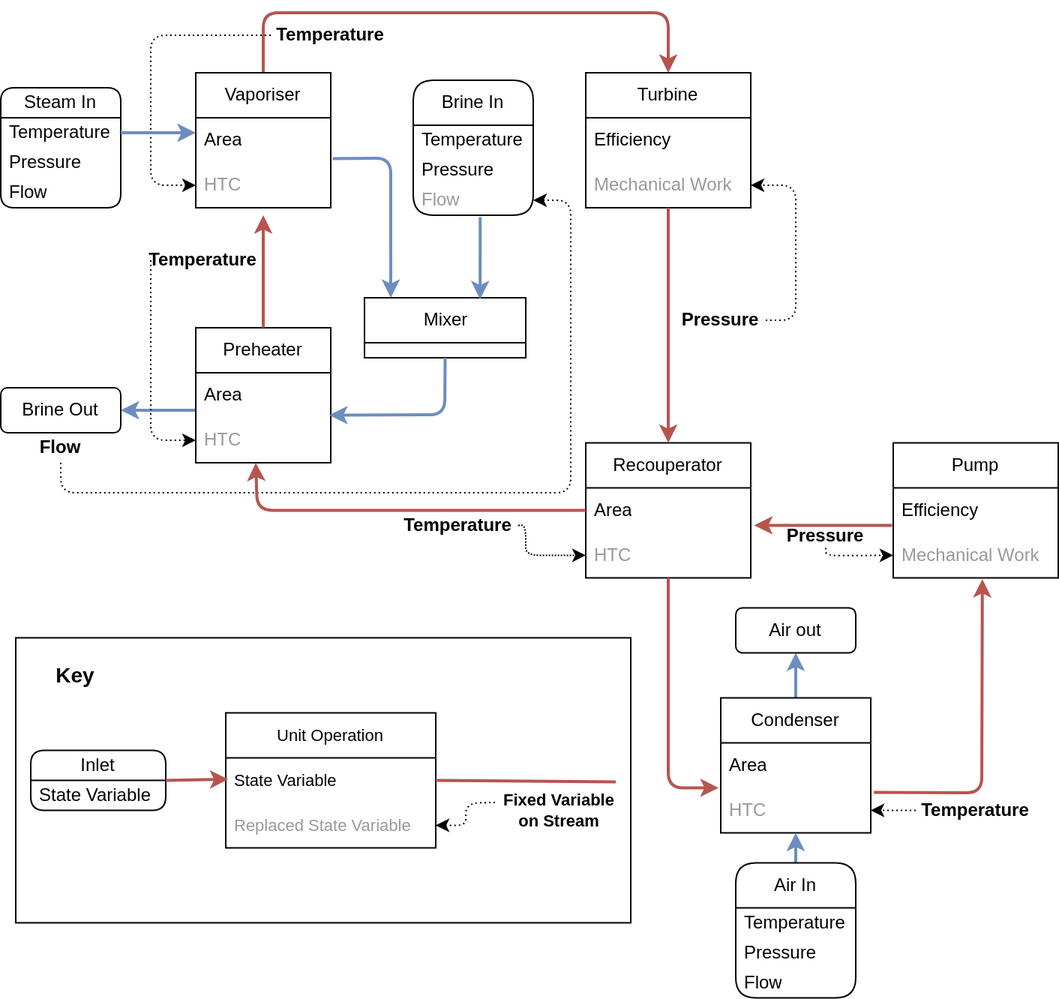
This is paper/assets/geothermal-replacement.drawio.png from bertkdowns/pyomo-replace, a draw.io export, as it was before one commit. Source tidied: cells renumbered, new cells last; positions are measured from the earlier drawing's top-left corner, leaving out a move shared by most shapes.
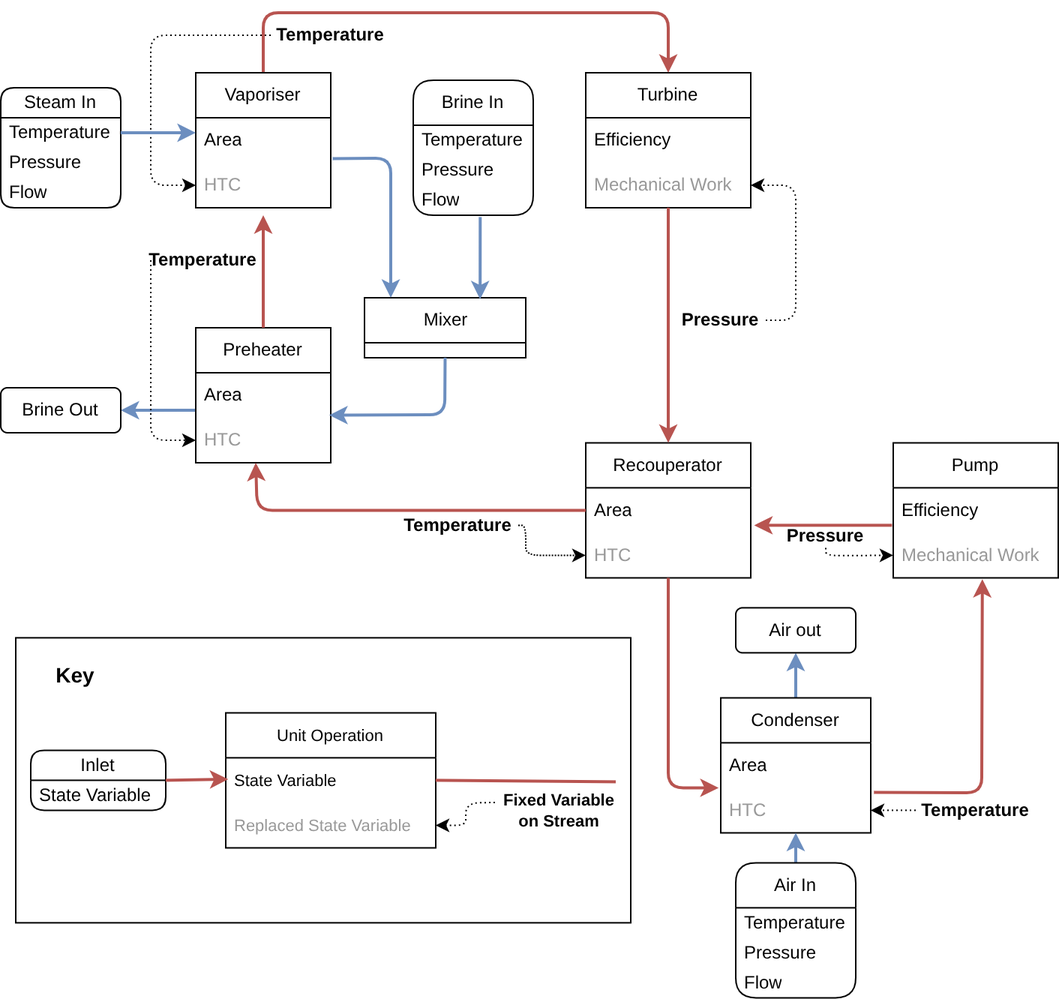
After the change.

Commit message:
update with reference to design and control variables in geothermal example.

Diff of the diagram source:
```diff
@@ -94,7 +94,7 @@
     <mxCell id="30" value="Pressure" style="text;strokeColor=none;fillColor=none;align=left;verticalAlign=middle;spacingLeft=4;spacingRight=4;overflow=hidden;whiteSpace=wrap;html=1;" parent="28" vertex="1">
       <mxGeometry y="50" width="80" height="20" as="geometry" />
     </mxCell>
-    <mxCell id="31" value="Flow" style="text;strokeColor=none;fillColor=none;align=left;verticalAlign=middle;spacingLeft=4;spacingRight=4;overflow=hidden;points=[[0,0.5],[1,0.5]];portConstraint=eastwest;whiteSpace=wrap;html=1;fontColor=#999999;" parent="28" vertex="1">
+    <mxCell id="31" value="Flow" style="text;strokeColor=none;fillColor=none;align=left;verticalAlign=middle;spacingLeft=4;spacingRight=4;overflow=hidden;points=[[0,0.5],[1,0.5]];portConstraint=eastwest;whiteSpace=wrap;html=1;fontColor=#000000;" parent="28" vertex="1">
       <mxGeometry y="70" width="80" height="20" as="geometry" />
     </mxCell>
     <mxCell id="32" style="edgeStyle=none;html=1;fillColor=#dae8fc;strokeColor=#6c8ebf;strokeWidth=2;" parent="1" edge="1" source="33" target="8">
@@ -118,18 +118,6 @@
     <mxCell id="38" value="Brine Out" style="rounded=1;whiteSpace=wrap;html=1;" parent="1" vertex="1">
       <mxGeometry y="250" width="80" height="30" as="geometry" />
     </mxCell>
-    <mxCell id="39" style="edgeStyle=none;shape=connector;rounded=1;html=1;dashed=1;dashPattern=1 2;strokeColor=default;align=center;verticalAlign=middle;fontFamily=Helvetica;fontSize=11;fontColor=default;labelBackgroundColor=default;endArrow=classic;" parent="1" edge="1" source="40" target="31">
-      <mxGeometry relative="1" as="geometry">
-        <Array as="points">
-          <mxPoint x="40" y="320" />
-          <mxPoint x="380" y="320" />
-          <mxPoint x="380" y="125" />
-        </Array>
-      </mxGeometry>
-    </mxCell>
-    <mxCell id="40" value="Flow" style="text;html=1;align=center;verticalAlign=middle;whiteSpace=wrap;rounded=0;fontStyle=1;" parent="1" vertex="1">
-      <mxGeometry x="10" y="280" width="60" height="20" as="geometry" />
-    </mxCell>
     <mxCell id="41" value="Pressure" style="text;html=1;align=center;verticalAlign=middle;whiteSpace=wrap;rounded=0;fontStyle=1;" parent="1" vertex="1">
       <mxGeometry x="450" y="190" width="60" height="30" as="geometry" />
     </mxCell>
```
